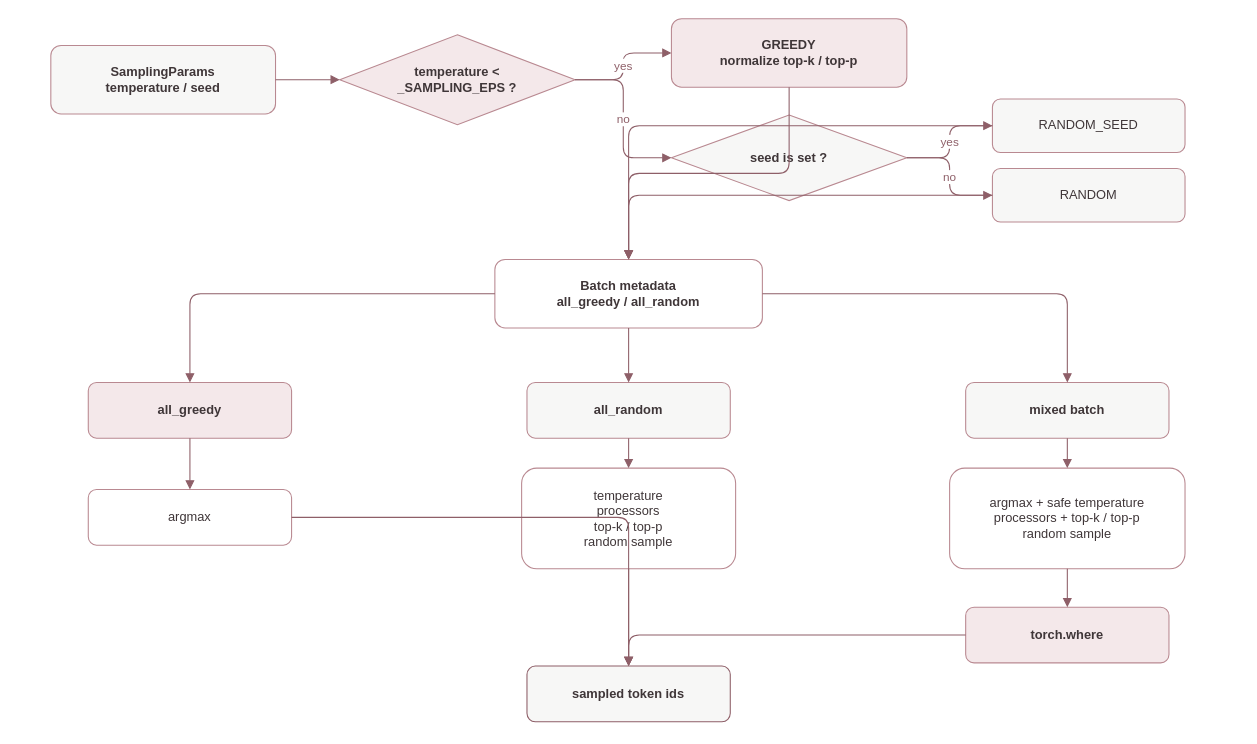
Before: docs/assets/infra/vllm/greedy-sampling-flow.drawio in cake0606/cake0606.github.io, a draw.io diagram. Source tidied: cells renumbered, new cells numbered last; positions are measured from the earlier drawing's top-left corner, leaving out a move shared by most shapes. Both pictures are drawn from the tidied source at 107%, with x=0, y=0 at pixel (50, 18).
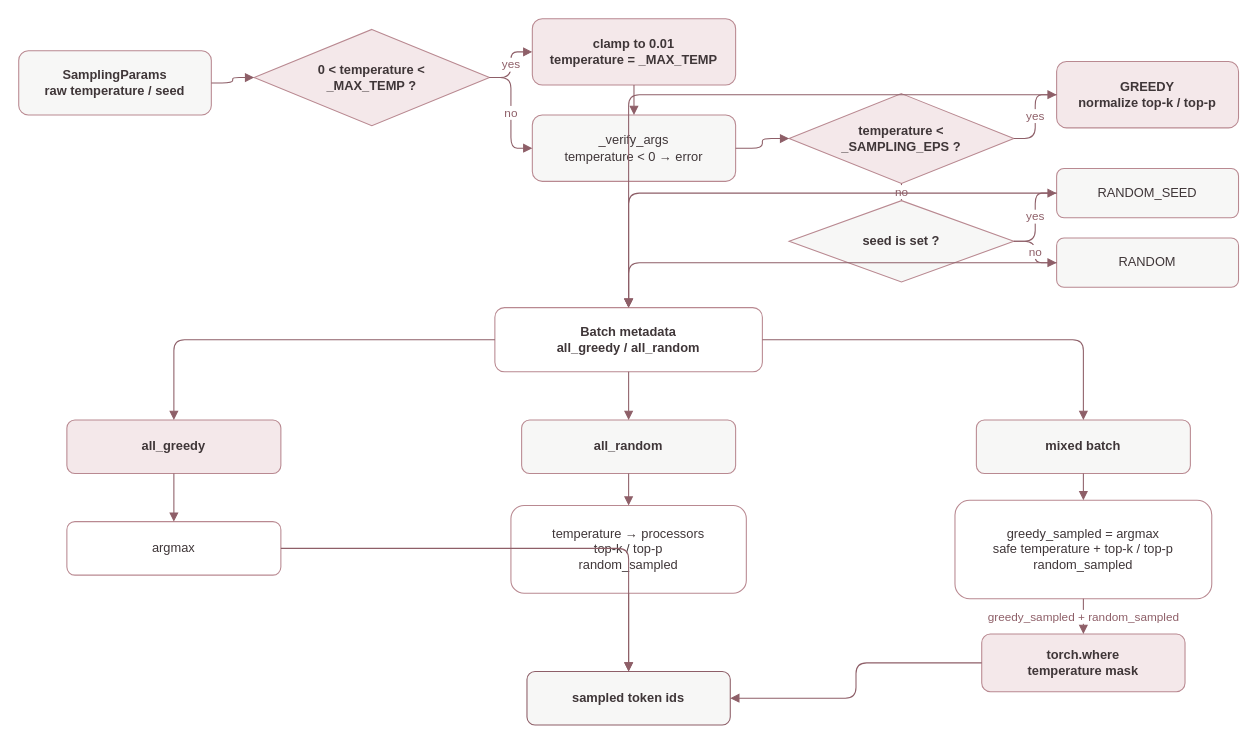
The same page after the edit.

Change to the diagram source:
```diff
@@
-    <mxCell id="2" value="SamplingParams&#10;temperature / seed" style="rounded=1;whiteSpace=wrap;html=1;fillColor=#f7f7f6;strokeColor=#b98991;fontColor=#3f3638;fontStyle=1;" parent="1" vertex="1">
-      <mxGeometry y="25" width="210" height="64" as="geometry" />
+    <mxCell id="2" value="SamplingParams&#10;raw temperature / seed" style="rounded=1;whiteSpace=wrap;html=1;fillColor=#f7f7f6;strokeColor=#b98991;fontColor=#3f3638;fontStyle=1;" parent="1" vertex="1">
+      <mxGeometry x="-30" y="30" width="180" height="60" as="geometry" />
     </mxCell>
+    <mxCell id="35" value="0 &amp;lt; temperature &amp;lt;&#10;_MAX_TEMP ?" style="rhombus;whiteSpace=wrap;html=1;fillColor=#f4e8ea;strokeColor=#b98991;fontColor=#3f3638;fontStyle=1;" parent="1" vertex="1">
+      <mxGeometry x="190" y="10" width="220" height="90" as="geometry" />
+    </mxCell>
+    <mxCell id="36" value="clamp to 0.01&#10;temperature = _MAX_TEMP" style="rounded=1;whiteSpace=wrap;html=1;fillColor=#f4e8ea;strokeColor=#b98991;fontColor=#3f3638;fontStyle=1;" parent="1" vertex="1">
+      <mxGeometry x="450" width="190" height="62" as="geometry" />
+    </mxCell>
+    <mxCell id="37" value="_verify_args&#10;temperature &amp;lt; 0 → error" style="rounded=1;whiteSpace=wrap;html=1;fillColor=#f7f7f6;strokeColor=#b98991;fontColor=#3f3638;" parent="1" vertex="1">
+      <mxGeometry x="450" y="90" width="190" height="62" as="geometry" />
+    </mxCell>
     <mxCell id="3" value="temperature &amp;lt;&#10;_SAMPLING_EPS ?" style="rhombus;whiteSpace=wrap;html=1;fillColor=#f4e8ea;strokeColor=#b98991;fontColor=#3f3638;fontStyle=1;" parent="1" vertex="1">
-      <mxGeometry x="270" y="15" width="220" height="84" as="geometry" />
+      <mxGeometry x="690" y="70" width="210" height="84" as="geometry" />
     </mxCell>
     <mxCell id="4" value="GREEDY&#10;normalize top-k / top-p" style="rounded=1;whiteSpace=wrap;html=1;fillColor=#f4e8ea;strokeColor=#b98991;fontColor=#3f3638;fontStyle=1;" parent="1" vertex="1">
-      <mxGeometry x="580" width="220" height="64" as="geometry" />
+      <mxGeometry x="940" y="40" width="170" height="62" as="geometry" />
     </mxCell>
     <mxCell id="5" value="seed is set ?" style="rhombus;whiteSpace=wrap;html=1;fillColor=#f7f7f6;strokeColor=#b98991;fontColor=#3f3638;fontStyle=1;" parent="1" vertex="1">
-      <mxGeometry x="580" y="90" width="220" height="80" as="geometry" />
+      <mxGeometry x="690" y="170" width="210" height="76" as="geometry" />
     </mxCell>
     <mxCell id="6" value="RANDOM_SEED" style="rounded=1;whiteSpace=wrap;html=1;fillColor=#f7f7f6;strokeColor=#b98991;fontColor=#3f3638;" parent="1" vertex="1">
-      <mxGeometry x="880" y="75" width="180" height="50" as="geometry" />
+      <mxGeometry x="940" y="140" width="170" height="46" as="geometry" />
     </mxCell>
     <mxCell id="7" value="RANDOM" style="rounded=1;whiteSpace=wrap;html=1;fillColor=#f7f7f6;strokeColor=#b98991;fontColor=#3f3638;" parent="1" vertex="1">
-      <mxGeometry x="880" y="140" width="180" height="50" as="geometry" />
+      <mxGeometry x="940" y="205" width="170" height="46" as="geometry" />
     </mxCell>
     <mxCell id="8" value="Batch metadata&#10;all_greedy / all_random" style="rounded=1;whiteSpace=wrap;html=1;fillColor=#ffffff;strokeColor=#b98991;fontColor=#3f3638;fontStyle=1;" parent="1" vertex="1">
-      <mxGeometry x="415" y="225" width="250" height="64" as="geometry" />
+      <mxGeometry x="415" y="270" width="250" height="60" as="geometry" />
     </mxCell>
     <mxCell id="9" value="all_greedy" style="rounded=1;whiteSpace=wrap;html=1;fillColor=#f4e8ea;strokeColor=#b98991;fontColor=#3f3638;fontStyle=1;" parent="1" vertex="1">
-      <mxGeometry x="35" y="340" width="190" height="52" as="geometry" />
+      <mxGeometry x="15" y="375" width="200" height="50" as="geometry" />
     </mxCell>
     <mxCell id="10" value="all_random" style="rounded=1;whiteSpace=wrap;html=1;fillColor=#f7f7f6;strokeColor=#b98991;fontColor=#3f3638;fontStyle=1;" parent="1" vertex="1">
-      <mxGeometry x="445" y="340" width="190" height="52" as="geometry" />
+      <mxGeometry x="440" y="375" width="200" height="50" as="geometry" />
     </mxCell>
     <mxCell id="11" value="mixed batch" style="rounded=1;whiteSpace=wrap;html=1;fillColor=#f7f7f6;strokeColor=#b98991;fontColor=#3f3638;fontStyle=1;" parent="1" vertex="1">
-      <mxGeometry x="855" y="340" width="190" height="52" as="geometry" />
+      <mxGeometry x="865" y="375" width="200" height="50" as="geometry" />
     </mxCell>
     <mxCell id="12" value="argmax" style="rounded=1;whiteSpace=wrap;html=1;fillColor=#ffffff;strokeColor=#b98991;fontColor=#3f3638;" parent="1" vertex="1">
-      <mxGeometry x="35" y="440" width="190" height="52" as="geometry" />
+      <mxGeometry x="15" y="470" width="200" height="50" as="geometry" />
     </mxCell>
-    <mxCell id="13" value="temperature&#10;processors&#10;top-k / top-p&#10;random sample" style="rounded=1;whiteSpace=wrap;html=1;fillColor=#ffffff;strokeColor=#b98991;fontColor=#3f3638;" parent="1" vertex="1">
-      <mxGeometry x="440" y="420" width="200" height="94" as="geometry" />
+    <mxCell id="13" value="temperature → processors&#10;top-k / top-p&#10;random_sampled" style="rounded=1;whiteSpace=wrap;html=1;fillColor=#ffffff;strokeColor=#b98991;fontColor=#3f3638;" parent="1" vertex="1">
+      <mxGeometry x="430" y="455" width="220" height="82" as="geometry" />
     </mxCell>
-    <mxCell id="14" value="argmax + safe temperature&#10;processors + top-k / top-p&#10;random sample" style="rounded=1;whiteSpace=wrap;html=1;fillColor=#ffffff;strokeColor=#b98991;fontColor=#3f3638;" parent="1" vertex="1">
-      <mxGeometry x="840" y="420" width="220" height="94" as="geometry" />
+    <mxCell id="14" value="greedy_sampled = argmax&#10;safe temperature + top-k / top-p&#10;random_sampled" style="rounded=1;whiteSpace=wrap;html=1;fillColor=#ffffff;strokeColor=#b98991;fontColor=#3f3638;" parent="1" vertex="1">
+      <mxGeometry x="845" y="450" width="240" height="92" as="geometry" />
     </mxCell>
-    <mxCell id="15" value="torch.where" style="rounded=1;whiteSpace=wrap;html=1;fillColor=#f4e8ea;strokeColor=#b98991;fontColor=#3f3638;fontStyle=1;" parent="1" vertex="1">
-      <mxGeometry x="855" y="550" width="190" height="52" as="geometry" />
+    <mxCell id="15" value="torch.where&#10;temperature mask" style="rounded=1;whiteSpace=wrap;html=1;fillColor=#f4e8ea;strokeColor=#b98991;fontColor=#3f3638;fontStyle=1;" parent="1" vertex="1">
+      <mxGeometry x="870" y="575" width="190" height="54" as="geometry" />
     </mxCell>
     <mxCell id="16" value="sampled token ids" style="rounded=1;whiteSpace=wrap;html=1;fillColor=#f7f7f6;strokeColor=#8e5f68;fontColor=#3f3638;fontStyle=1;" parent="1" vertex="1">
-      <mxGeometry x="445" y="605" width="190" height="52" as="geometry" />
+      <mxGeometry x="445" y="610" width="190" height="50" as="geometry" />
     </mxCell>
-    <mxCell id="17" style="edgeStyle=orthogonalEdgeStyle;rounded=0;jettySize=auto;html=1;endArrow=block;endFill=1;strokeColor=#8e5f68;" parent="1" edge="1" source="2" target="3">
+    <mxCell id="17" style="edgeStyle=orthogonalEdgeStyle;html=1;endArrow=block;strokeColor=#8e5f68;" parent="1" edge="1" source="2" target="35">
       <mxGeometry relative="1" as="geometry" />
     </mxCell>
-    <mxCell id="18" value="yes" style="edgeStyle=orthogonalEdgeStyle;html=1;endArrow=block;strokeColor=#8e5f68;fontColor=#8e5f68;" parent="1" edge="1" source="3" target="4">
+    <mxCell id="18" value="yes" style="edgeStyle=orthogonalEdgeStyle;html=1;endArrow=block;strokeColor=#8e5f68;fontColor=#8e5f68;" parent="1" edge="1" source="35" target="36">
       <mxGeometry relative="1" as="geometry" />
     </mxCell>
-    <mxCell id="19" value="no" style="edgeStyle=orthogonalEdgeStyle;html=1;endArrow=block;strokeColor=#8e5f68;fontColor=#8e5f68;" parent="1" edge="1" source="3" target="5">
+    <mxCell id="19" value="no" style="edgeStyle=orthogonalEdgeStyle;html=1;endArrow=block;strokeColor=#8e5f68;fontColor=#8e5f68;" parent="1" edge="1" source="35" target="37">
       <mxGeometry relative="1" as="geometry" />
     </mxCell>
-    <mxCell id="20" value="yes" style="edgeStyle=orthogonalEdgeStyle;html=1;endArrow=block;strokeColor=#8e5f68;fontColor=#8e5f68;" parent="1" edge="1" source="5" target="6">
+    <mxCell id="20" style="edgeStyle=orthogonalEdgeStyle;html=1;endArrow=block;strokeColor=#8e5f68;" parent="1" edge="1" source="36" target="37">
       <mxGeometry relative="1" as="geometry" />
     </mxCell>
-    <mxCell id="21" value="no" style="edgeStyle=orthogonalEdgeStyle;html=1;endArrow=block;strokeColor=#8e5f68;fontColor=#8e5f68;" parent="1" edge="1" source="5" target="7">
+    <mxCell id="21" style="edgeStyle=orthogonalEdgeStyle;html=1;endArrow=block;strokeColor=#8e5f68;" parent="1" edge="1" source="37" target="3">
       <mxGeometry relative="1" as="geometry" />
     </mxCell>
-    <mxCell id="22" style="edgeStyle=orthogonalEdgeStyle;html=1;endArrow=block;strokeColor=#8e5f68;" parent="1" edge="1" source="4" target="8">
+    <mxCell id="22" value="yes" style="edgeStyle=orthogonalEdgeStyle;html=1;endArrow=block;strokeColor=#8e5f68;fontColor=#8e5f68;" parent="1" edge="1" source="3" target="4">
       <mxGeometry relative="1" as="geometry" />
     </mxCell>
-    <mxCell id="23" style="edgeStyle=orthogonalEdgeStyle;html=1;endArrow=block;strokeColor=#8e5f68;" parent="1" edge="1" source="6" target="8">
+    <mxCell id="23" value="no" style="edgeStyle=orthogonalEdgeStyle;html=1;endArrow=block;strokeColor=#8e5f68;fontColor=#8e5f68;" parent="1" edge="1" source="3" target="5">
       <mxGeometry relative="1" as="geometry" />
     </mxCell>
-    <mxCell id="24" style="edgeStyle=orthogonalEdgeStyle;html=1;endArrow=block;strokeColor=#8e5f68;" parent="1" edge="1" source="7" target="8">
+    <mxCell id="24" value="yes" style="edgeStyle=orthogonalEdgeStyle;html=1;endArrow=block;strokeColor=#8e5f68;fontColor=#8e5f68;" parent="1" edge="1" source="5" target="6">
       <mxGeometry relative="1" as="geometry" />
     </mxCell>
-    <mxCell id="25" style="edgeStyle=orthogonalEdgeStyle;html=1;endArrow=block;strokeColor=#8e5f68;" parent="1" edge="1" source="8" target="9">
+    <mxCell id="25" value="no" style="edgeStyle=orthogonalEdgeStyle;html=1;endArrow=block;strokeColor=#8e5f68;fontColor=#8e5f68;" parent="1" edge="1" source="5" target="7">
       <mxGeometry relative="1" as="geometry" />
     </mxCell>
-    <mxCell id="26" style="edgeStyle=orthogonalEdgeStyle;html=1;endArrow=block;strokeColor=#8e5f68;" parent="1" edge="1" source="8" target="10">
+    <mxCell id="26" style="edgeStyle=orthogonalEdgeStyle;html=1;endArrow=block;strokeColor=#8e5f68;" parent="1" edge="1" source="4" target="8">
       <mxGeometry relative="1" as="geometry" />
     </mxCell>
-    <mxCell id="27" style="edgeStyle=orthogonalEdgeStyle;html=1;endArrow=block;strokeColor=#8e5f68;" parent="1" edge="1" source="8" target="11">
+    <mxCell id="27" style="edgeStyle=orthogonalEdgeStyle;html=1;endArrow=block;strokeColor=#8e5f68;" parent="1" edge="1" source="6" target="8">
       <mxGeometry relative="1" as="geometry" />
     </mxCell>
-    <mxCell id="28" style="edgeStyle=orthogonalEdgeStyle;html=1;endArrow=block;strokeColor=#8e5f68;" parent="1" edge="1" source="9" target="12">
+    <mxCell id="28" style="edgeStyle=orthogonalEdgeStyle;html=1;endArrow=block;strokeColor=#8e5f68;" parent="1" edge="1" source="7" target="8">
       <mxGeometry relative="1" as="geometry" />
     </mxCell>
-    <mxCell id="29" style="edgeStyle=orthogonalEdgeStyle;html=1;endArrow=block;strokeColor=#8e5f68;" parent="1" edge="1" source="10" target="13">
+    <mxCell id="29" style="edgeStyle=orthogonalEdgeStyle;html=1;endArrow=block;strokeColor=#8e5f68;" parent="1" edge="1" source="8" target="9">
       <mxGeometry relative="1" as="geometry" />
     </mxCell>
-    <mxCell id="30" style="edgeStyle=orthogonalEdgeStyle;html=1;endArrow=block;strokeColor=#8e5f68;" parent="1" edge="1" source="11" target="14">
+    <mxCell id="30" style="edgeStyle=orthogonalEdgeStyle;html=1;endArrow=block;strokeColor=#8e5f68;" parent="1" edge="1" source="8" target="10">
       <mxGeometry relative="1" as="geometry" />
     </mxCell>
-    <mxCell id="31" style="edgeStyle=orthogonalEdgeStyle;html=1;endArrow=block;strokeColor=#8e5f68;" parent="1" edge="1" source="14" target="15">
+    <mxCell id="31" style="edgeStyle=orthogonalEdgeStyle;html=1;endArrow=block;strokeColor=#8e5f68;" parent="1" edge="1" source="8" target="11">
       <mxGeometry relative="1" as="geometry" />
     </mxCell>
-    <mxCell id="32" style="edgeStyle=orthogonalEdgeStyle;html=1;endArrow=block;strokeColor=#8e5f68;" parent="1" edge="1" source="12" target="16">
+    <mxCell id="32" style="edgeStyle=orthogonalEdgeStyle;html=1;endArrow=block;strokeColor=#8e5f68;" parent="1" edge="1" source="9" target="12">
       <mxGeometry relative="1" as="geometry" />
     </mxCell>
-    <mxCell id="33" style="edgeStyle=orthogonalEdgeStyle;html=1;endArrow=block;strokeColor=#8e5f68;" parent="1" edge="1" source="13" target="16">
+    <mxCell id="33" style="edgeStyle=orthogonalEdgeStyle;html=1;endArrow=block;strokeColor=#8e5f68;" parent="1" edge="1" source="10" target="13">
       <mxGeometry relative="1" as="geometry" />
     </mxCell>
-    <mxCell id="34" style="edgeStyle=orthogonalEdgeStyle;html=1;endArrow=block;strokeColor=#8e5f68;" parent="1" edge="1" source="15" target="16">
+    <mxCell id="34" style="edgeStyle=orthogonalEdgeStyle;html=1;endArrow=block;strokeColor=#8e5f68;" parent="1" edge="1" source="11" target="14">
       <mxGeometry relative="1" as="geometry" />
     </mxCell>
+    <mxCell id="38" value="greedy_sampled + random_sampled" style="edgeStyle=orthogonalEdgeStyle;html=1;endArrow=block;strokeColor=#8e5f68;fontColor=#8e5f68;" parent="1" edge="1" source="14" target="15">
+      <mxGeometry relative="1" as="geometry" />
+    </mxCell>
+    <mxCell id="39" style="edgeStyle=orthogonalEdgeStyle;html=1;endArrow=block;strokeColor=#8e5f68;" parent="1" edge="1" source="12" target="16">
+      <mxGeometry relative="1" as="geometry" />
+    </mxCell>
+    <mxCell id="40" style="edgeStyle=orthogonalEdgeStyle;html=1;endArrow=block;strokeColor=#8e5f68;" parent="1" edge="1" source="13" target="16">
+      <mxGeometry relative="1" as="geometry" />
+    </mxCell>
+    <mxCell id="41" style="edgeStyle=orthogonalEdgeStyle;html=1;endArrow=block;strokeColor=#8e5f68;" parent="1" edge="1" source="15" target="16">
+      <mxGeometry relative="1" as="geometry" />
+    </mxCell>
```
